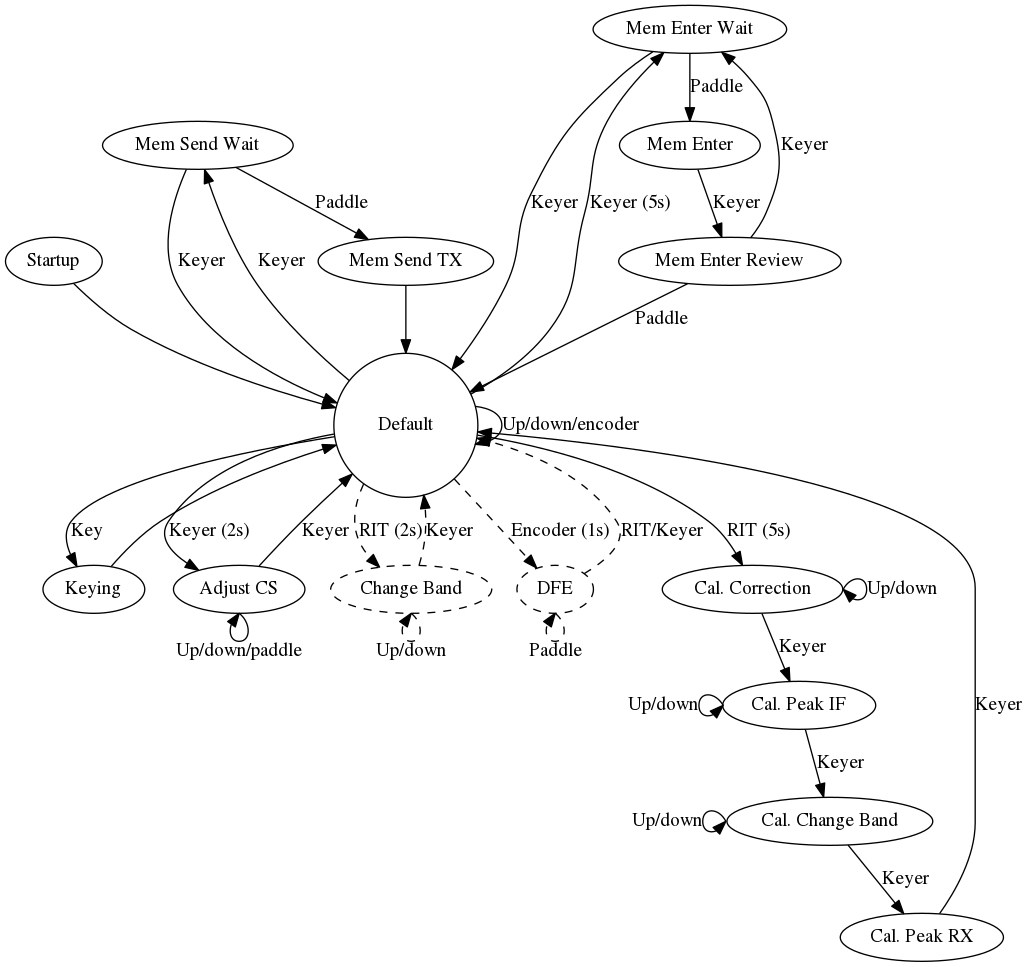
Before: README/states.png, a diagram exported from Graphviz (camilstaps/SODA-POP-source). Its source is kept beside it as README/states.dot.
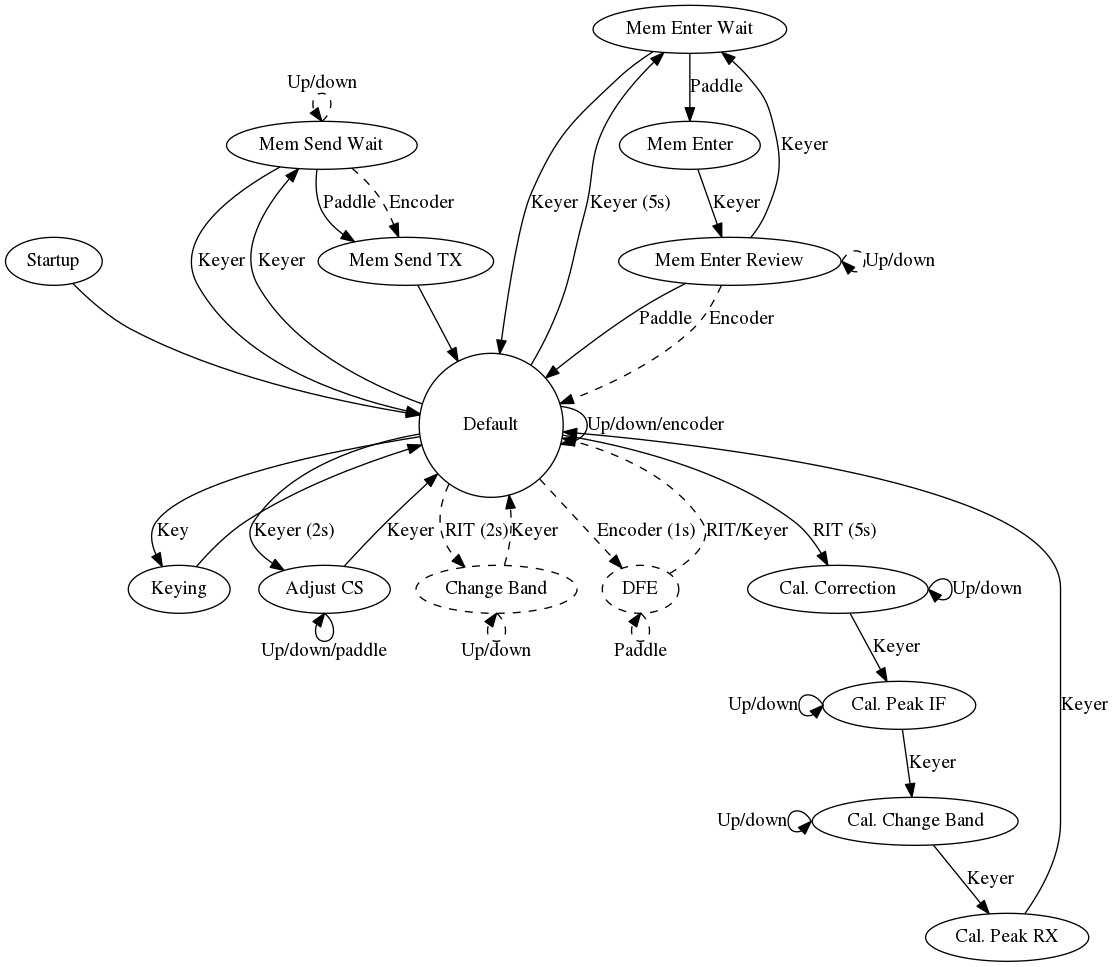
The same file after the commit.

Commit message:
Update state diagram

Change to the diagram source:
```diff
@@ -36,7 +36,9 @@
 
 	default -> mem_send_wait [label="Keyer", constraint=false];
 	mem_send_wait -> default [label="Keyer"];
+	mem_send_wait:n -> mem_send_wait:n [label="Up/down", style="dashed"]
 	mem_send_wait -> mem_send_tx [label="Paddle"];
+	mem_send_wait -> mem_send_tx [label="Encoder", style="dashed"];
 	mem_send_tx -> default;
 
 	default -> mem_enter_wait [label="Keyer (5s)", constraint=false];
@@ -44,7 +46,9 @@
 	mem_enter_wait -> mem_enter [label="Paddle"];
 	mem_enter -> mem_enter_review [label="Keyer"];
 	mem_enter_review -> mem_enter_wait [label="Keyer"];
+	mem_enter_review:e -> mem_enter_review:e [label="Up/down", style="dashed"];
 	mem_enter_review -> default [label="Paddle"];
+	mem_enter_review -> default [label="Encoder", style="dashed"];
 
 	default -> cal_correction [label="RIT (5s)"];
 	cal_correction:e -> cal_correction:e [label="Up/down"];
```
